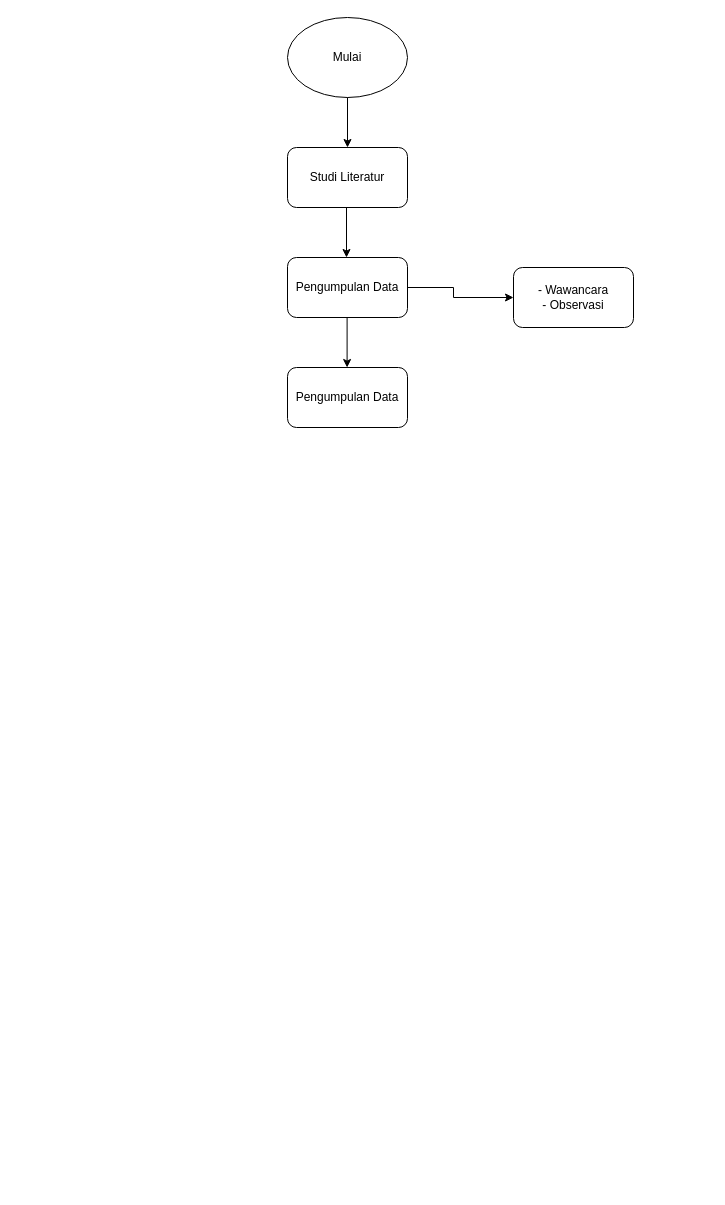
atoengg/enggmedsos.github.io keeps this draw.io diagram as Diagram Tanpa Judul.drawio. Above is the earlier version. Source tidied: cells renumbered, new cells numbered last; positions are measured from the earlier drawing's top-left corner, leaving out a move shared by most shapes. Both pictures are drawn from the tidied source at 100%, with x=0, y=0 at pixel (287, 17).
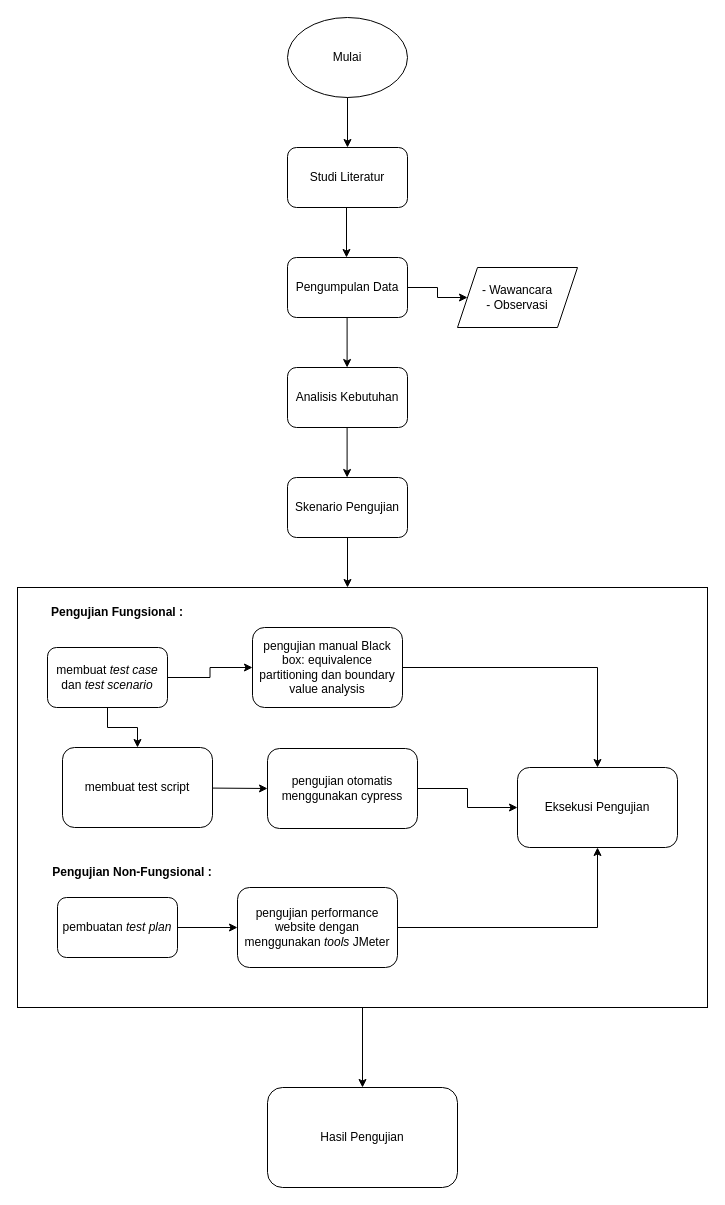
The same page after the edit.

Commit message:
cek new halaman

What changed in the source:
```diff
@@
-    <mxCell id="2" value="Mulai" style="ellipse;whiteSpace=wrap;html=1;" parent="1" vertex="1">
+    <mxCell id="2" value="Mulai" style="ellipse;whiteSpace=wrap;html=1;labelBackgroundColor=none;" parent="1" vertex="1">
       <mxGeometry width="120" height="80" as="geometry" />
     </mxCell>
-    <mxCell id="3" value="Pengumpulan Data" style="rounded=1;whiteSpace=wrap;html=1;" parent="1" vertex="1">
+    <mxCell id="3" value="Pengumpulan Data" style="rounded=1;whiteSpace=wrap;html=1;labelBackgroundColor=none;" parent="1" vertex="1">
       <mxGeometry y="240" width="120" height="60" as="geometry" />
     </mxCell>
-    <mxCell id="4" style="endArrow=classic;html=1;rounded=0;" parent="1" edge="1">
+    <mxCell id="4" style="endArrow=classic;html=1;rounded=0;labelBackgroundColor=none;fontColor=default;" parent="1" edge="1">
       <mxGeometry relative="1" as="geometry">
         <mxPoint x="60" y="80" as="sourcePoint" />
         <mxPoint x="60" y="130" as="targetPoint" />
       </mxGeometry>
     </mxCell>
-    <mxCell id="5" value="Studi Literatur" style="rounded=1;whiteSpace=wrap;html=1;" parent="1" vertex="1">
+    <mxCell id="5" value="Studi Literatur" style="rounded=1;whiteSpace=wrap;html=1;labelBackgroundColor=none;" parent="1" vertex="1">
       <mxGeometry y="130" width="120" height="60" as="geometry" />
     </mxCell>
-    <mxCell id="6" style="endArrow=classic;html=1;rounded=0;" parent="1" edge="1">
+    <mxCell id="6" style="endArrow=classic;html=1;rounded=0;labelBackgroundColor=none;fontColor=default;" parent="1" edge="1">
       <mxGeometry relative="1" as="geometry">
         <mxPoint x="59" y="190" as="sourcePoint" />
         <mxPoint x="59" y="240" as="targetPoint" />
       </mxGeometry>
     </mxCell>
-    <mxCell id="7" value="- Wawancara&lt;div&gt;- Observasi&lt;/div&gt;" style="rounded=1;whiteSpace=wrap;html=1;align=center;" parent="1" vertex="1">
-      <mxGeometry x="226" y="250" width="120" height="60" as="geometry" />
-    </mxCell>
-    <mxCell id="8" style="endArrow=classic;html=1;rounded=0;exitX=1;exitY=0.5;exitDx=0;exitDy=0;entryX=0;entryY=0.5;entryDx=0;entryDy=0;" parent="1" edge="1" source="3" target="7">
+    <mxCell id="8" style="endArrow=classic;html=1;rounded=0;exitX=1;exitY=0.5;exitDx=0;exitDy=0;entryX=0;entryY=0.5;entryDx=0;entryDy=0;labelBackgroundColor=none;fontColor=default;" parent="1" edge="1" source="3">
       <mxGeometry relative="1" as="geometry">
+        <mxPoint x="180" y="280" as="targetPoint" />
         <Array as="points">
-          <mxPoint x="166" y="270" />
-          <mxPoint x="166" y="280" />
+          <mxPoint x="150" y="270" />
+          <mxPoint x="150" y="280" />
         </Array>
       </mxGeometry>
     </mxCell>
-    <mxCell id="9" value="Pengumpulan Data" style="rounded=1;whiteSpace=wrap;html=1;" parent="1" vertex="1">
+    <mxCell id="9" value="Analisis Kebutuhan" style="rounded=1;whiteSpace=wrap;html=1;labelBackgroundColor=none;" parent="1" vertex="1">
       <mxGeometry y="350" width="120" height="60" as="geometry" />
     </mxCell>
-    <mxCell id="10" style="endArrow=classic;html=1;rounded=0;" parent="1" edge="1">
+    <mxCell id="10" style="endArrow=classic;html=1;rounded=0;labelBackgroundColor=none;fontColor=default;" parent="1" edge="1">
       <mxGeometry relative="1" as="geometry">
         <mxPoint x="59.6" y="300" as="sourcePoint" />
         <mxPoint x="59.6" y="350" as="targetPoint" />
       </mxGeometry>
     </mxCell>
+    <mxCell id="11" style="endArrow=classic;html=1;rounded=0;labelBackgroundColor=none;fontColor=default;" parent="1" edge="1">
+      <mxGeometry relative="1" as="geometry">
+        <mxPoint x="59.6" y="410" as="sourcePoint" />
+        <mxPoint x="59.6" y="460" as="targetPoint" />
+      </mxGeometry>
+    </mxCell>
+    <mxCell id="12" value="Skenario Pengujian" style="rounded=1;whiteSpace=wrap;html=1;labelBackgroundColor=none;" parent="1" vertex="1">
+      <mxGeometry y="460" width="120" height="60" as="geometry" />
+    </mxCell>
+    <mxCell id="13" style="endArrow=classic;html=1;rounded=0;exitX=0.5;exitY=1;exitDx=0;exitDy=0;labelBackgroundColor=none;fontColor=default;" parent="1" edge="1" source="12">
+      <mxGeometry relative="1" as="geometry">
+        <mxPoint x="60" y="570" as="targetPoint" />
+      </mxGeometry>
+    </mxCell>
+    <mxCell id="14" style="rounded=0;whiteSpace=wrap;html=1;" parent="1" vertex="1">
+      <mxGeometry x="-270" y="570" width="690" height="420" as="geometry" />
+    </mxCell>
+    <mxCell id="15" style="edgeStyle=orthogonalEdgeStyle;rounded=0;jettySize=auto;html=1;" parent="1" edge="1" source="16" target="19">
+      <mxGeometry relative="1" as="geometry" />
+    </mxCell>
+    <mxCell id="16" value="membuat &lt;i&gt;test case&lt;/i&gt; dan &lt;i&gt;test scenario&lt;/i&gt;" style="rounded=1;whiteSpace=wrap;html=1;labelBackgroundColor=none;" parent="1" vertex="1">
+      <mxGeometry x="-240" y="630" width="120" height="60" as="geometry" />
+    </mxCell>
+    <mxCell id="17" value="&lt;b&gt;Pengujian Fungsional :&lt;/b&gt;" style="text;strokeColor=none;align=center;fillColor=none;html=1;verticalAlign=middle;whiteSpace=wrap;rounded=0;" parent="1" vertex="1">
+      <mxGeometry x="-240" y="580" width="140" height="30" as="geometry" />
+    </mxCell>
+    <mxCell id="7" value="- Wawancara&lt;div&gt;- Observasi&lt;/div&gt;" style="shape=parallelogram;perimeter=parallelogramPerimeter;whiteSpace=wrap;html=1;fixedSize=1;" parent="1" vertex="1">
+      <mxGeometry x="170" y="250" width="120" height="60" as="geometry" />
+    </mxCell>
+    <mxCell id="18" style="edgeStyle=orthogonalEdgeStyle;rounded=0;jettySize=auto;html=1;" parent="1" edge="1" source="19" target="30">
+      <mxGeometry relative="1" as="geometry" />
+    </mxCell>
+    <mxCell id="19" value="pengujian manual Black box: equivalence partitioning dan boundary value analysis" style="rounded=1;whiteSpace=wrap;html=1;labelBackgroundColor=none;" parent="1" vertex="1">
+      <mxGeometry x="-35" y="610" width="150" height="80" as="geometry" />
+    </mxCell>
+    <mxCell id="20" style="edgeStyle=orthogonalEdgeStyle;rounded=0;jettySize=auto;html=1;exitX=1;exitY=0.5;exitDx=0;exitDy=0;" parent="1" edge="1" source="21" target="30">
+      <mxGeometry relative="1" as="geometry" />
+    </mxCell>
+    <mxCell id="21" value="pengujian otomatis menggunakan cypress" style="rounded=1;whiteSpace=wrap;html=1;labelBackgroundColor=none;" parent="1" vertex="1">
+      <mxGeometry x="-20" y="731" width="150" height="80" as="geometry" />
+    </mxCell>
+    <mxCell id="22" style="endArrow=classic;html=1;rounded=0;entryX=0.5;entryY=0;entryDx=0;entryDy=0;exitX=0.5;exitY=1;exitDx=0;exitDy=0;" parent="1" edge="1" source="16" target="23">
+      <mxGeometry relative="1" as="geometry">
+        <Array as="points">
+          <mxPoint x="-180" y="710" />
+          <mxPoint x="-150" y="710" />
+        </Array>
+      </mxGeometry>
+    </mxCell>
+    <mxCell id="23" value="membuat test script" style="rounded=1;whiteSpace=wrap;html=1;labelBackgroundColor=none;" parent="1" vertex="1">
+      <mxGeometry x="-225" y="730" width="150" height="80" as="geometry" />
+    </mxCell>
+    <mxCell id="24" style="endArrow=classic;html=1;rounded=0;entryX=0;entryY=0.5;entryDx=0;entryDy=0;" parent="1" edge="1" source="23" target="21">
+      <mxGeometry relative="1" as="geometry" />
+    </mxCell>
+    <mxCell id="25" value="pembuatan &lt;i&gt;test plan&lt;/i&gt;" style="rounded=1;whiteSpace=wrap;html=1;labelBackgroundColor=none;" parent="1" vertex="1">
+      <mxGeometry x="-230" y="880" width="120" height="60" as="geometry" />
+    </mxCell>
+    <mxCell id="26" style="edgeStyle=orthogonalEdgeStyle;rounded=0;jettySize=auto;html=1;exitX=1;exitY=0.5;exitDx=0;exitDy=0;" parent="1" edge="1" source="27" target="30">
+      <mxGeometry relative="1" as="geometry" />
+    </mxCell>
+    <mxCell id="27" value="pengujian performance website dengan menggunakan &lt;i&gt;tools &lt;/i&gt;JMeter" style="rounded=1;whiteSpace=wrap;html=1;labelBackgroundColor=none;" parent="1" vertex="1">
+      <mxGeometry x="-50" y="870" width="160" height="80" as="geometry" />
+    </mxCell>
+    <mxCell id="28" style="endArrow=classic;html=1;rounded=0;exitX=1;exitY=0.5;exitDx=0;exitDy=0;entryX=0;entryY=0.5;entryDx=0;entryDy=0;" parent="1" edge="1" source="25" target="27">
+      <mxGeometry relative="1" as="geometry" />
+    </mxCell>
+    <mxCell id="29" value="&lt;b&gt;Pengujian Non-Fungsional :&lt;/b&gt;" style="text;strokeColor=none;align=center;fillColor=none;html=1;verticalAlign=middle;whiteSpace=wrap;rounded=0;" parent="1" vertex="1">
+      <mxGeometry x="-240" y="840" width="170" height="30" as="geometry" />
+    </mxCell>
+    <mxCell id="30" value="Eksekusi Pengujian" style="rounded=1;whiteSpace=wrap;html=1;labelBackgroundColor=none;" parent="1" vertex="1">
+      <mxGeometry x="230" y="750" width="160" height="80" as="geometry" />
+    </mxCell>
+    <mxCell id="31" value="Hasil Pengujian" style="rounded=1;whiteSpace=wrap;html=1;" parent="1" vertex="1">
+      <mxGeometry x="-20" y="1070" width="190" height="100" as="geometry" />
+    </mxCell>
+    <mxCell id="32" style="edgeStyle=orthogonalEdgeStyle;rounded=0;jettySize=auto;html=1;exitX=0.5;exitY=1;exitDx=0;exitDy=0;entryX=0.5;entryY=0;entryDx=0;entryDy=0;" parent="1" edge="1" source="14" target="31">
+      <mxGeometry relative="1" as="geometry" />
+    </mxCell>
```
